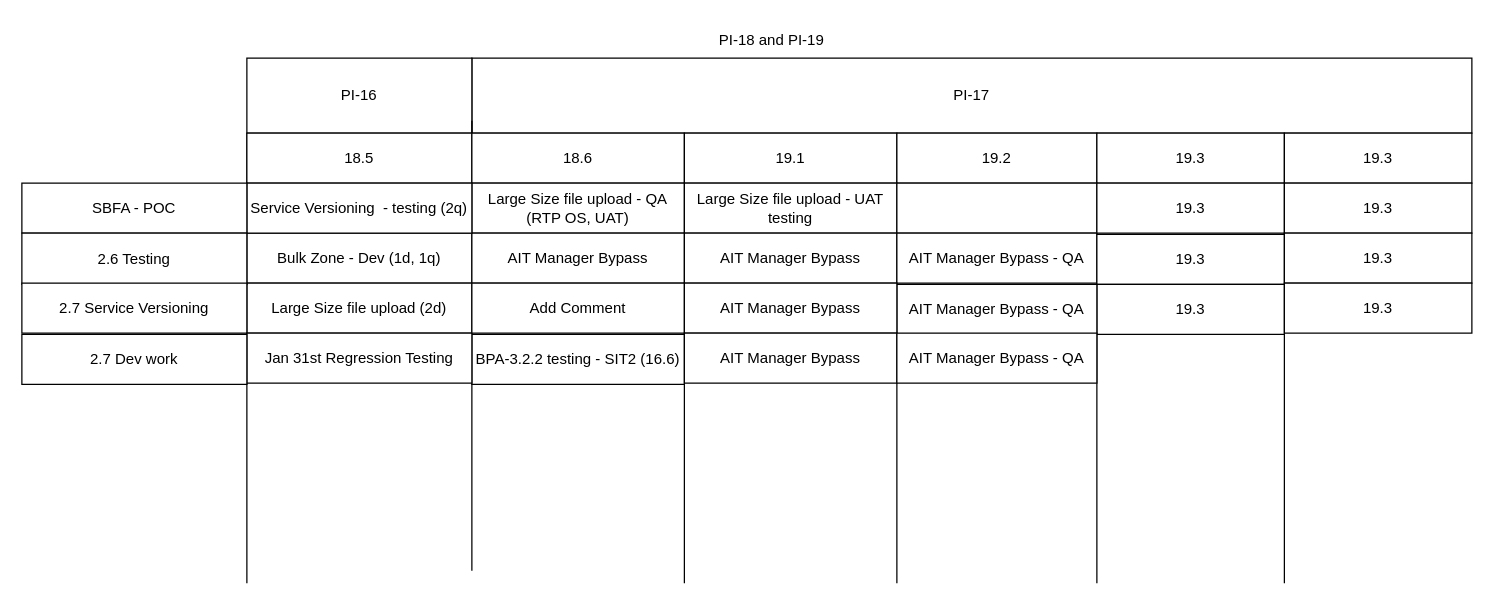
This is page "PI-18 & 19" (10 of 11) of SRF Life Cycle.drawio from nilaratandas/drowInventory, a draw.io file, before an edit. Source tidied: cells renumbered, new cells numbered last; positions are measured from the earlier drawing's top-left corner, leaving out a move shared by most shapes. Both pictures are drawn from the tidied source at 125%, with x=0, y=0 at pixel (21, 21).
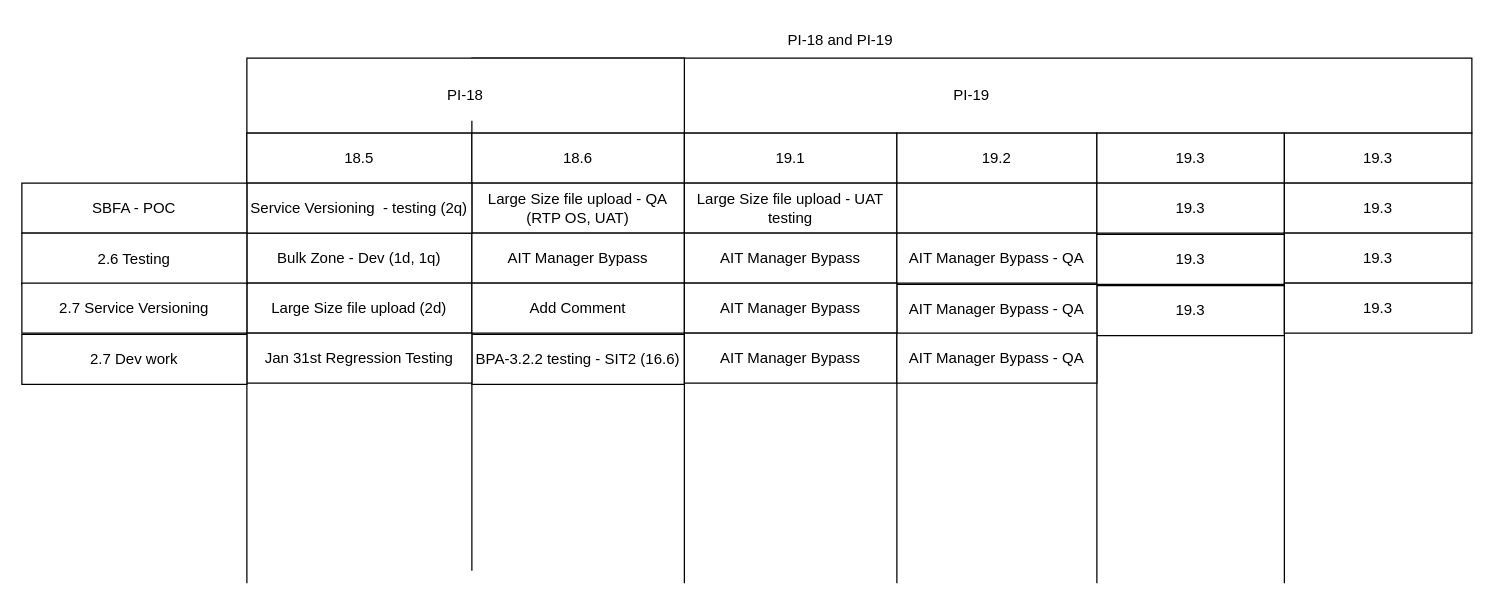
Above is the later version.

What changed in the source:
```diff
@@
-    <mxCell id="2" value="PI-17" style="rounded=0;whiteSpace=wrap;html=1;" parent="1" vertex="1">
+    <mxCell id="2" value="PI-19" style="rounded=0;whiteSpace=wrap;html=1;" parent="1" vertex="1">
       <mxGeometry x="360" y="29" width="800" height="60" as="geometry" />
     </mxCell>
-    <mxCell id="3" value="PI-16" style="rounded=0;whiteSpace=wrap;html=1;" parent="1" vertex="1">
-      <mxGeometry x="180" y="29" width="180" height="60" as="geometry" />
+    <mxCell id="3" value="PI-18" style="rounded=0;whiteSpace=wrap;html=1;" parent="1" vertex="1">
+      <mxGeometry x="180" y="29" width="350" height="60" as="geometry" />
     </mxCell>
@@
     <mxCell id="22" value="PI-18 and PI-19" style="text;html=1;align=center;verticalAlign=middle;whiteSpace=wrap;rounded=0;" parent="1" vertex="1">
-      <mxGeometry x="540" width="120" height="29" as="geometry" />
+      <mxGeometry x="595" width="120" height="29" as="geometry" />
     </mxCell>
@@
     <mxCell id="37" value="19.3" style="rounded=0;whiteSpace=wrap;html=1;" parent="1" vertex="1">
-      <mxGeometry x="860" y="210" width="150" height="40" as="geometry" />
+      <mxGeometry x="860" y="211" width="150" height="40" as="geometry" />
     </mxCell>
```
